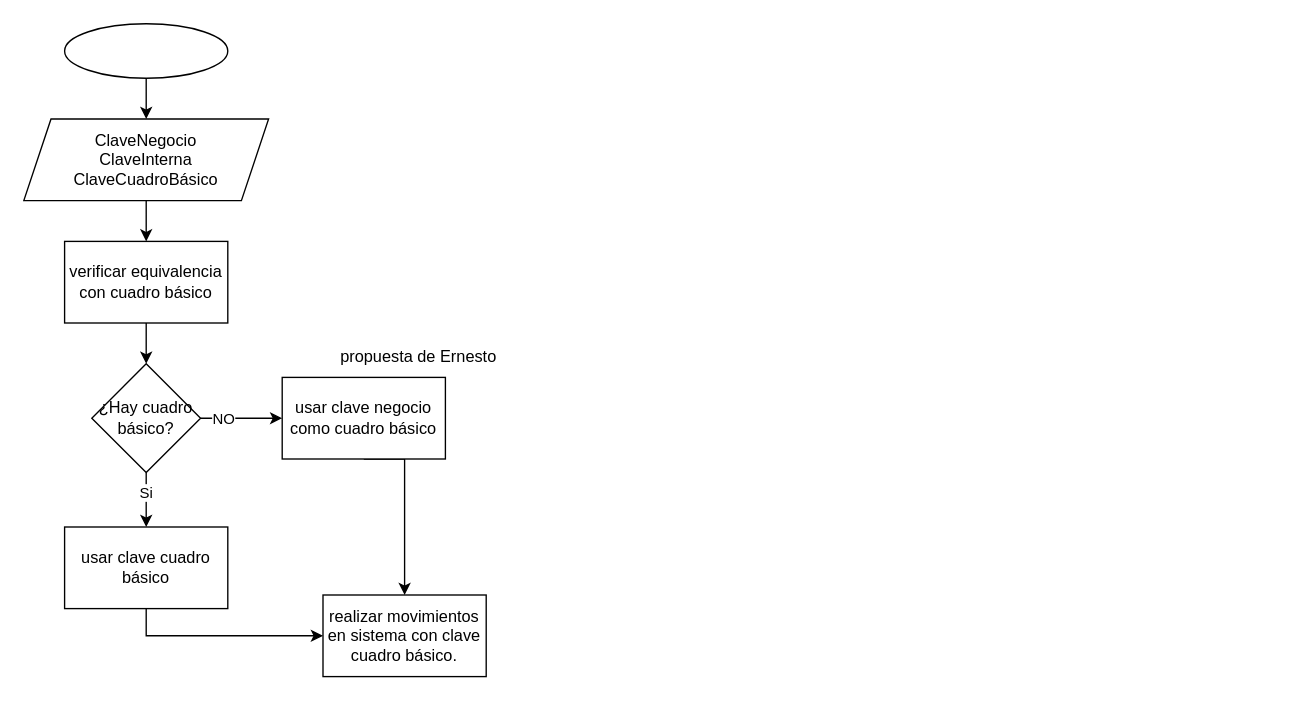
Above: ClavesAlta.drawio in ErnestoDanielTafoyaMolinaCYM/clases-cat-cym (draw.io), before the change. Source tidied: cells renumbered, new cells numbered last; positions are measured from the earlier drawing's top-left corner, leaving out a move shared by most shapes. Both pictures are drawn from the tidied source at 136%, with x=0, y=0 at pixel (23, 23).
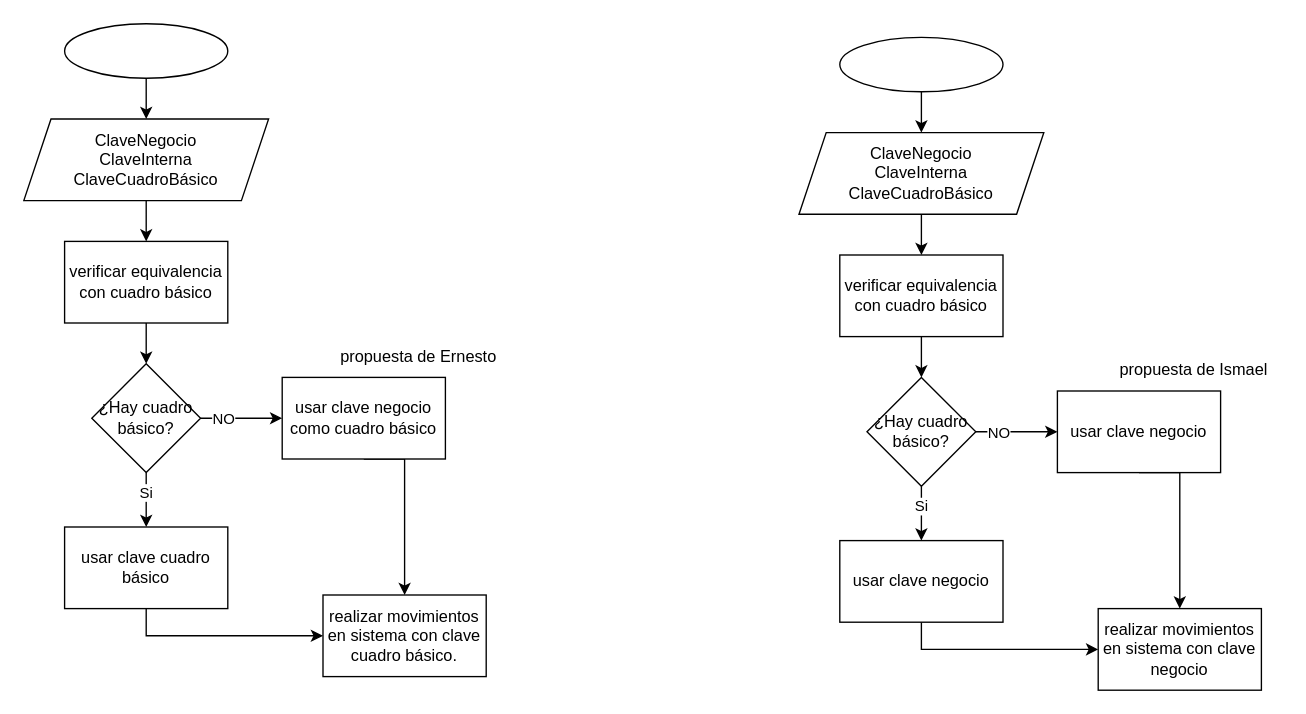
After the change.

Diff of the diagram source:
```diff
@@
+    <mxCell id="19" style="group;" parent="1" vertex="1">
+      <mxGeometry x="570" y="10" width="355" height="480" as="geometry" />
+    </mxCell>
+    <mxCell id="20" style="edgeStyle=orthogonalEdgeStyle;rounded=0;jettySize=auto;html=1;" parent="19" edge="1" source="21" target="23">
+      <mxGeometry relative="1" as="geometry" />
+    </mxCell>
+    <mxCell id="21" style="ellipse;whiteSpace=wrap;html=1;" parent="19" vertex="1">
+      <mxGeometry x="30" width="120" height="40" as="geometry" />
+    </mxCell>
+    <mxCell id="22" style="edgeStyle=orthogonalEdgeStyle;rounded=0;jettySize=auto;html=1;" parent="19" edge="1" source="23" target="25">
+      <mxGeometry relative="1" as="geometry" />
+    </mxCell>
+    <mxCell id="23" value="ClaveNegocio&lt;div&gt;ClaveInterna&lt;/div&gt;&lt;div&gt;ClaveCuadroBásico&lt;/div&gt;" style="shape=parallelogram;perimeter=parallelogramPerimeter;whiteSpace=wrap;html=1;fixedSize=1;" parent="19" vertex="1">
+      <mxGeometry y="70" width="180" height="60" as="geometry" />
+    </mxCell>
+    <mxCell id="24" style="edgeStyle=orthogonalEdgeStyle;rounded=0;jettySize=auto;html=1;" parent="19" edge="1" source="25" target="30">
+      <mxGeometry relative="1" as="geometry" />
+    </mxCell>
+    <mxCell id="25" value="verificar equivalencia con cuadro básico" style="rounded=0;whiteSpace=wrap;html=1;" parent="19" vertex="1">
+      <mxGeometry x="30" y="160" width="120" height="60" as="geometry" />
+    </mxCell>
+    <mxCell id="26" style="edgeStyle=orthogonalEdgeStyle;rounded=0;jettySize=auto;html=1;" parent="19" edge="1" source="30" target="32">
+      <mxGeometry relative="1" as="geometry" />
+    </mxCell>
+    <mxCell id="27" value="NO" style="edgeLabel;html=1;align=center;verticalAlign=middle;" parent="26" vertex="1">
+      <mxGeometry x="-0.47" relative="1" as="geometry" />
+    </mxCell>
+    <mxCell id="28" style="edgeStyle=orthogonalEdgeStyle;rounded=0;jettySize=auto;html=1;" parent="19" edge="1" source="30" target="34">
+      <mxGeometry relative="1" as="geometry" />
+    </mxCell>
+    <mxCell id="29" value="Si" style="edgeLabel;html=1;align=center;verticalAlign=middle;" parent="28" vertex="1">
+      <mxGeometry x="-0.29" y="-1" relative="1" as="geometry" />
+    </mxCell>
+    <mxCell id="30" value="¿Hay cuadro básico?" style="rhombus;whiteSpace=wrap;html=1;rounded=0;" parent="19" vertex="1">
+      <mxGeometry x="50" y="250" width="80" height="80" as="geometry" />
+    </mxCell>
+    <mxCell id="31" style="edgeStyle=orthogonalEdgeStyle;rounded=0;jettySize=auto;html=1;exitX=0.5;exitY=1;exitDx=0;exitDy=0;entryX=0.5;entryY=0;entryDx=0;entryDy=0;" parent="19" edge="1" source="32" target="36">
+      <mxGeometry relative="1" as="geometry">
+        <Array as="points">
+          <mxPoint x="280" y="320" />
+        </Array>
+      </mxGeometry>
+    </mxCell>
+    <mxCell id="32" value="usar clave negocio" style="whiteSpace=wrap;html=1;rounded=0;" parent="19" vertex="1">
+      <mxGeometry x="190" y="260" width="120" height="60" as="geometry" />
+    </mxCell>
+    <mxCell id="33" style="edgeStyle=orthogonalEdgeStyle;rounded=0;jettySize=auto;html=1;exitX=0.5;exitY=1;exitDx=0;exitDy=0;entryX=0;entryY=0.5;entryDx=0;entryDy=0;" parent="19" edge="1" source="34" target="36">
+      <mxGeometry relative="1" as="geometry" />
+    </mxCell>
+    <mxCell id="34" value="usar clave negocio" style="whiteSpace=wrap;html=1;rounded=0;" parent="19" vertex="1">
+      <mxGeometry x="30" y="370" width="120" height="60" as="geometry" />
+    </mxCell>
+    <mxCell id="35" value="propuesta de Ismael" style="text;html=1;align=center;verticalAlign=middle;strokeColor=none;fillColor=none;" parent="19" vertex="1">
+      <mxGeometry x="225" y="230" width="130" height="30" as="geometry" />
+    </mxCell>
+    <mxCell id="36" value="realizar movimientos en sistema con clave negocio" style="rounded=0;whiteSpace=wrap;html=1;" parent="19" vertex="1">
+      <mxGeometry x="220" y="420" width="120" height="60" as="geometry" />
+    </mxCell>
```
